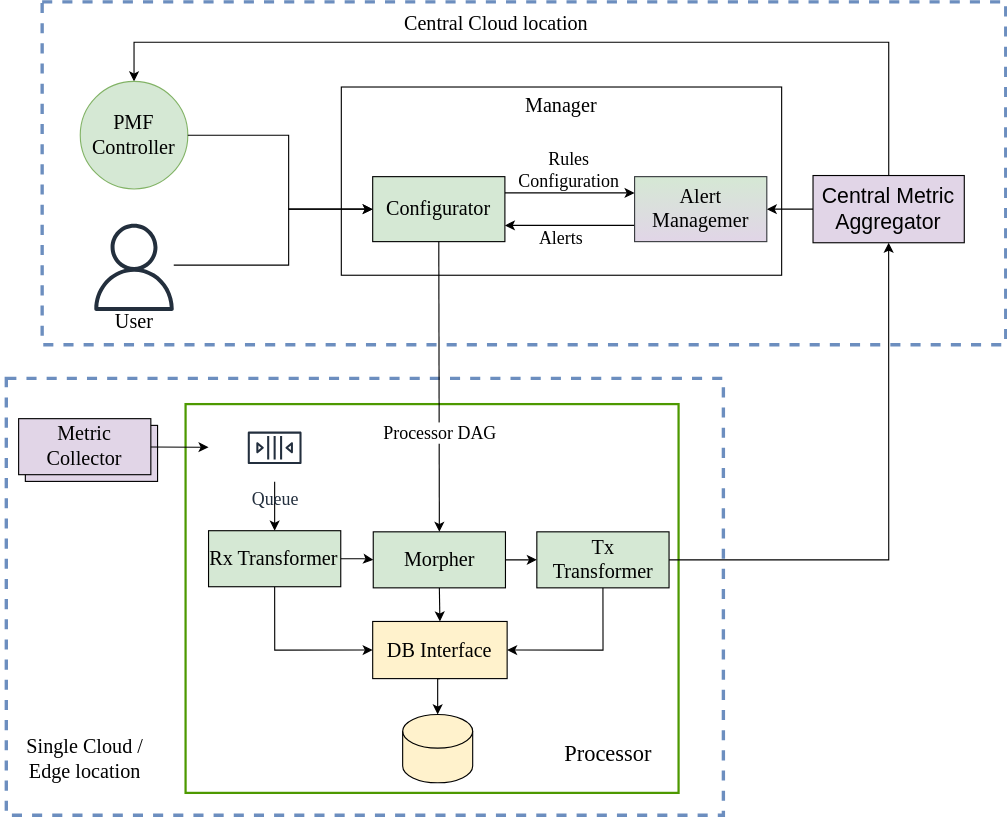
The draw.io diagram docs/images/architecture.svg in observ-vol-mgt/observ-vol-mgt, before a commit. Source tidied: cells renumbered, new cells last; positions are measured from the earlier drawing's top-left corner, leaving out a move shared by most shapes.
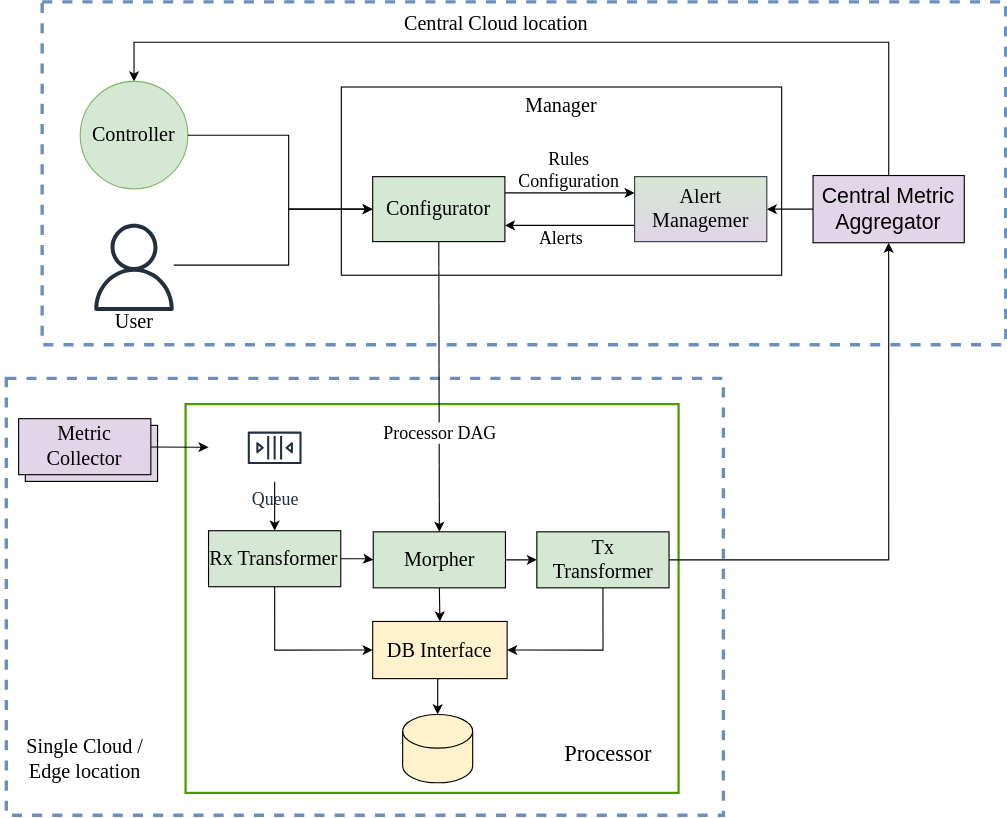
Above is the later version.

Commit message:
remove PMF from diagram

Diff of the diagram source:
```diff
@@ -67,7 +67,7 @@
     <mxCell id="21" style="shape=cylinder3;whiteSpace=wrap;html=1;boundedLbl=1;backgroundOutline=1;size=15;fillColor=#fff2cc;strokeColor=#000000;fontSize=15;fontFamily=Verdana;" parent="1" vertex="1">
       <mxGeometry x="358.8" y="636" width="62.5" height="61" as="geometry" />
     </mxCell>
-    <mxCell id="22" value="&lt;div style=&quot;font-size: 18px;&quot;&gt;PMF&lt;/div&gt;&lt;div style=&quot;font-size: 18px;&quot;&gt;Controller&lt;br style=&quot;font-size: 18px;&quot;&gt;&lt;/div&gt;" style="ellipse;whiteSpace=wrap;html=1;fillColor=#d5e8d4;strokeColor=#82b366;fontSize=18;fontFamily=Verdana;" parent="1" vertex="1">
+    <mxCell id="22" value="&lt;div style=&quot;font-size: 18px;&quot;&gt;&lt;span style=&quot;background-color: initial;&quot;&gt;Controller&lt;/span&gt;&lt;/div&gt;" style="ellipse;whiteSpace=wrap;html=1;fillColor=#d5e8d4;strokeColor=#82b366;fontSize=18;fontFamily=Verdana;" parent="1" vertex="1">
       <mxGeometry x="71" y="71" width="96" height="96" as="geometry" />
     </mxCell>
     <mxCell id="23" value="&lt;span style=&quot;font-size: 20px;&quot;&gt;&lt;font style=&quot;font-size: 20px;&quot;&gt;Processor&lt;br style=&quot;font-size: 20px;&quot;&gt;&lt;/font&gt;&lt;/span&gt;" style="text;html=1;align=center;verticalAlign=middle;strokeColor=none;fillColor=none;fontStyle=0;fontFamily=Verdana;fontSize=20;" parent="1" vertex="1">
```
